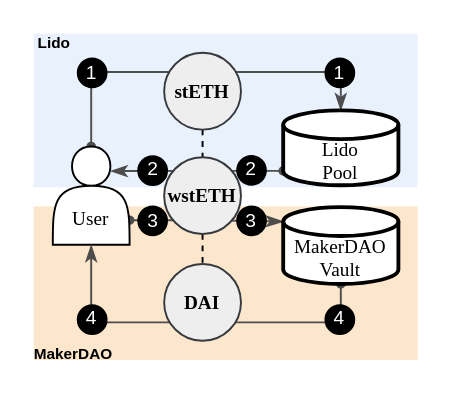
Earlier version of the draw.io diagram diagrams/cdp_lending.drawio (lyc0603/tvl-measurement). Source tidied: cells renumbered, new cells numbered last; positions are measured from the earlier drawing's top-left corner, leaving out a move shared by most shapes. Both pictures are drawn from the tidied source at 192%, with x=0, y=0 at pixel (33, 33).
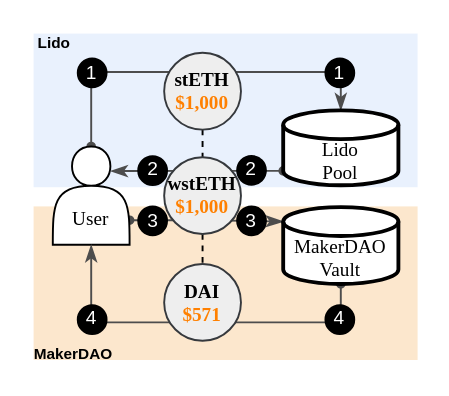
After the change.

What changed in the source:
```diff
@@
-    <mxCell id="11" value="&lt;b style=&quot;font-size: 10px;&quot;&gt;DAI&lt;/b&gt;" style="ellipse;whiteSpace=wrap;html=1;labelBackgroundColor=none;labelBorderColor=none;fillColor=#eeeeee;strokeColor=#36393d;fontSize=10;fontFamily=Times New Roman;" parent="1" vertex="1">
+    <mxCell id="11" value="&lt;b style=&quot;font-size: 10px;&quot;&gt;DAI&lt;/b&gt;&lt;div&gt;&lt;b&gt;&lt;font color=&quot;#ff8000&quot;&gt;$571&lt;/font&gt;&lt;/b&gt;&lt;b style=&quot;font-size: 10px;&quot;&gt;&lt;br&gt;&lt;/b&gt;&lt;/div&gt;" style="ellipse;whiteSpace=wrap;html=1;labelBackgroundColor=none;labelBorderColor=none;fillColor=#eeeeee;strokeColor=#36393d;fontSize=10;fontFamily=Times New Roman;" parent="1" vertex="1">
       <mxGeometry x="68" y="120" width="40" height="40" as="geometry" />
     </mxCell>
@@
-    <mxCell id="13" value="&lt;b style=&quot;font-size: 10px;&quot;&gt;stETH&lt;/b&gt;" style="ellipse;whiteSpace=wrap;html=1;labelBackgroundColor=none;labelBorderColor=none;fillColor=#eeeeee;strokeColor=#36393d;fontSize=10;fontFamily=Times New Roman;" parent="1" vertex="1">
+    <mxCell id="13" value="&lt;b style=&quot;font-size: 10px;&quot;&gt;stETH&lt;/b&gt;&lt;div&gt;&lt;b style=&quot;font-size: 10px;&quot;&gt;&lt;font color=&quot;#ff8000&quot;&gt;$1,000&lt;/font&gt;&lt;/b&gt;&lt;/div&gt;" style="ellipse;whiteSpace=wrap;html=1;labelBackgroundColor=none;labelBorderColor=none;fillColor=#eeeeee;strokeColor=#36393d;fontSize=10;fontFamily=Times New Roman;" parent="1" vertex="1">
       <mxGeometry x="68" y="10" width="40" height="40" as="geometry" />
     </mxCell>
@@
-    <mxCell id="15" value="&lt;b&gt;wstETH&lt;/b&gt;" style="ellipse;whiteSpace=wrap;html=1;labelBackgroundColor=none;labelBorderColor=none;fillColor=#eeeeee;strokeColor=#36393d;fontSize=10;fontFamily=Times New Roman;" parent="1" vertex="1">
+    <mxCell id="15" value="&lt;b&gt;wstETH&lt;/b&gt;&lt;div&gt;&lt;b&gt;&lt;font color=&quot;#ff8000&quot;&gt;$1,000&lt;/font&gt;&lt;/b&gt;&lt;b&gt;&lt;br&gt;&lt;/b&gt;&lt;/div&gt;" style="ellipse;whiteSpace=wrap;html=1;labelBackgroundColor=none;labelBorderColor=none;fillColor=#eeeeee;strokeColor=#36393d;fontSize=10;fontFamily=Times New Roman;" parent="1" vertex="1">
       <mxGeometry x="68" y="64.4" width="40" height="40" as="geometry" />
     </mxCell>
```
